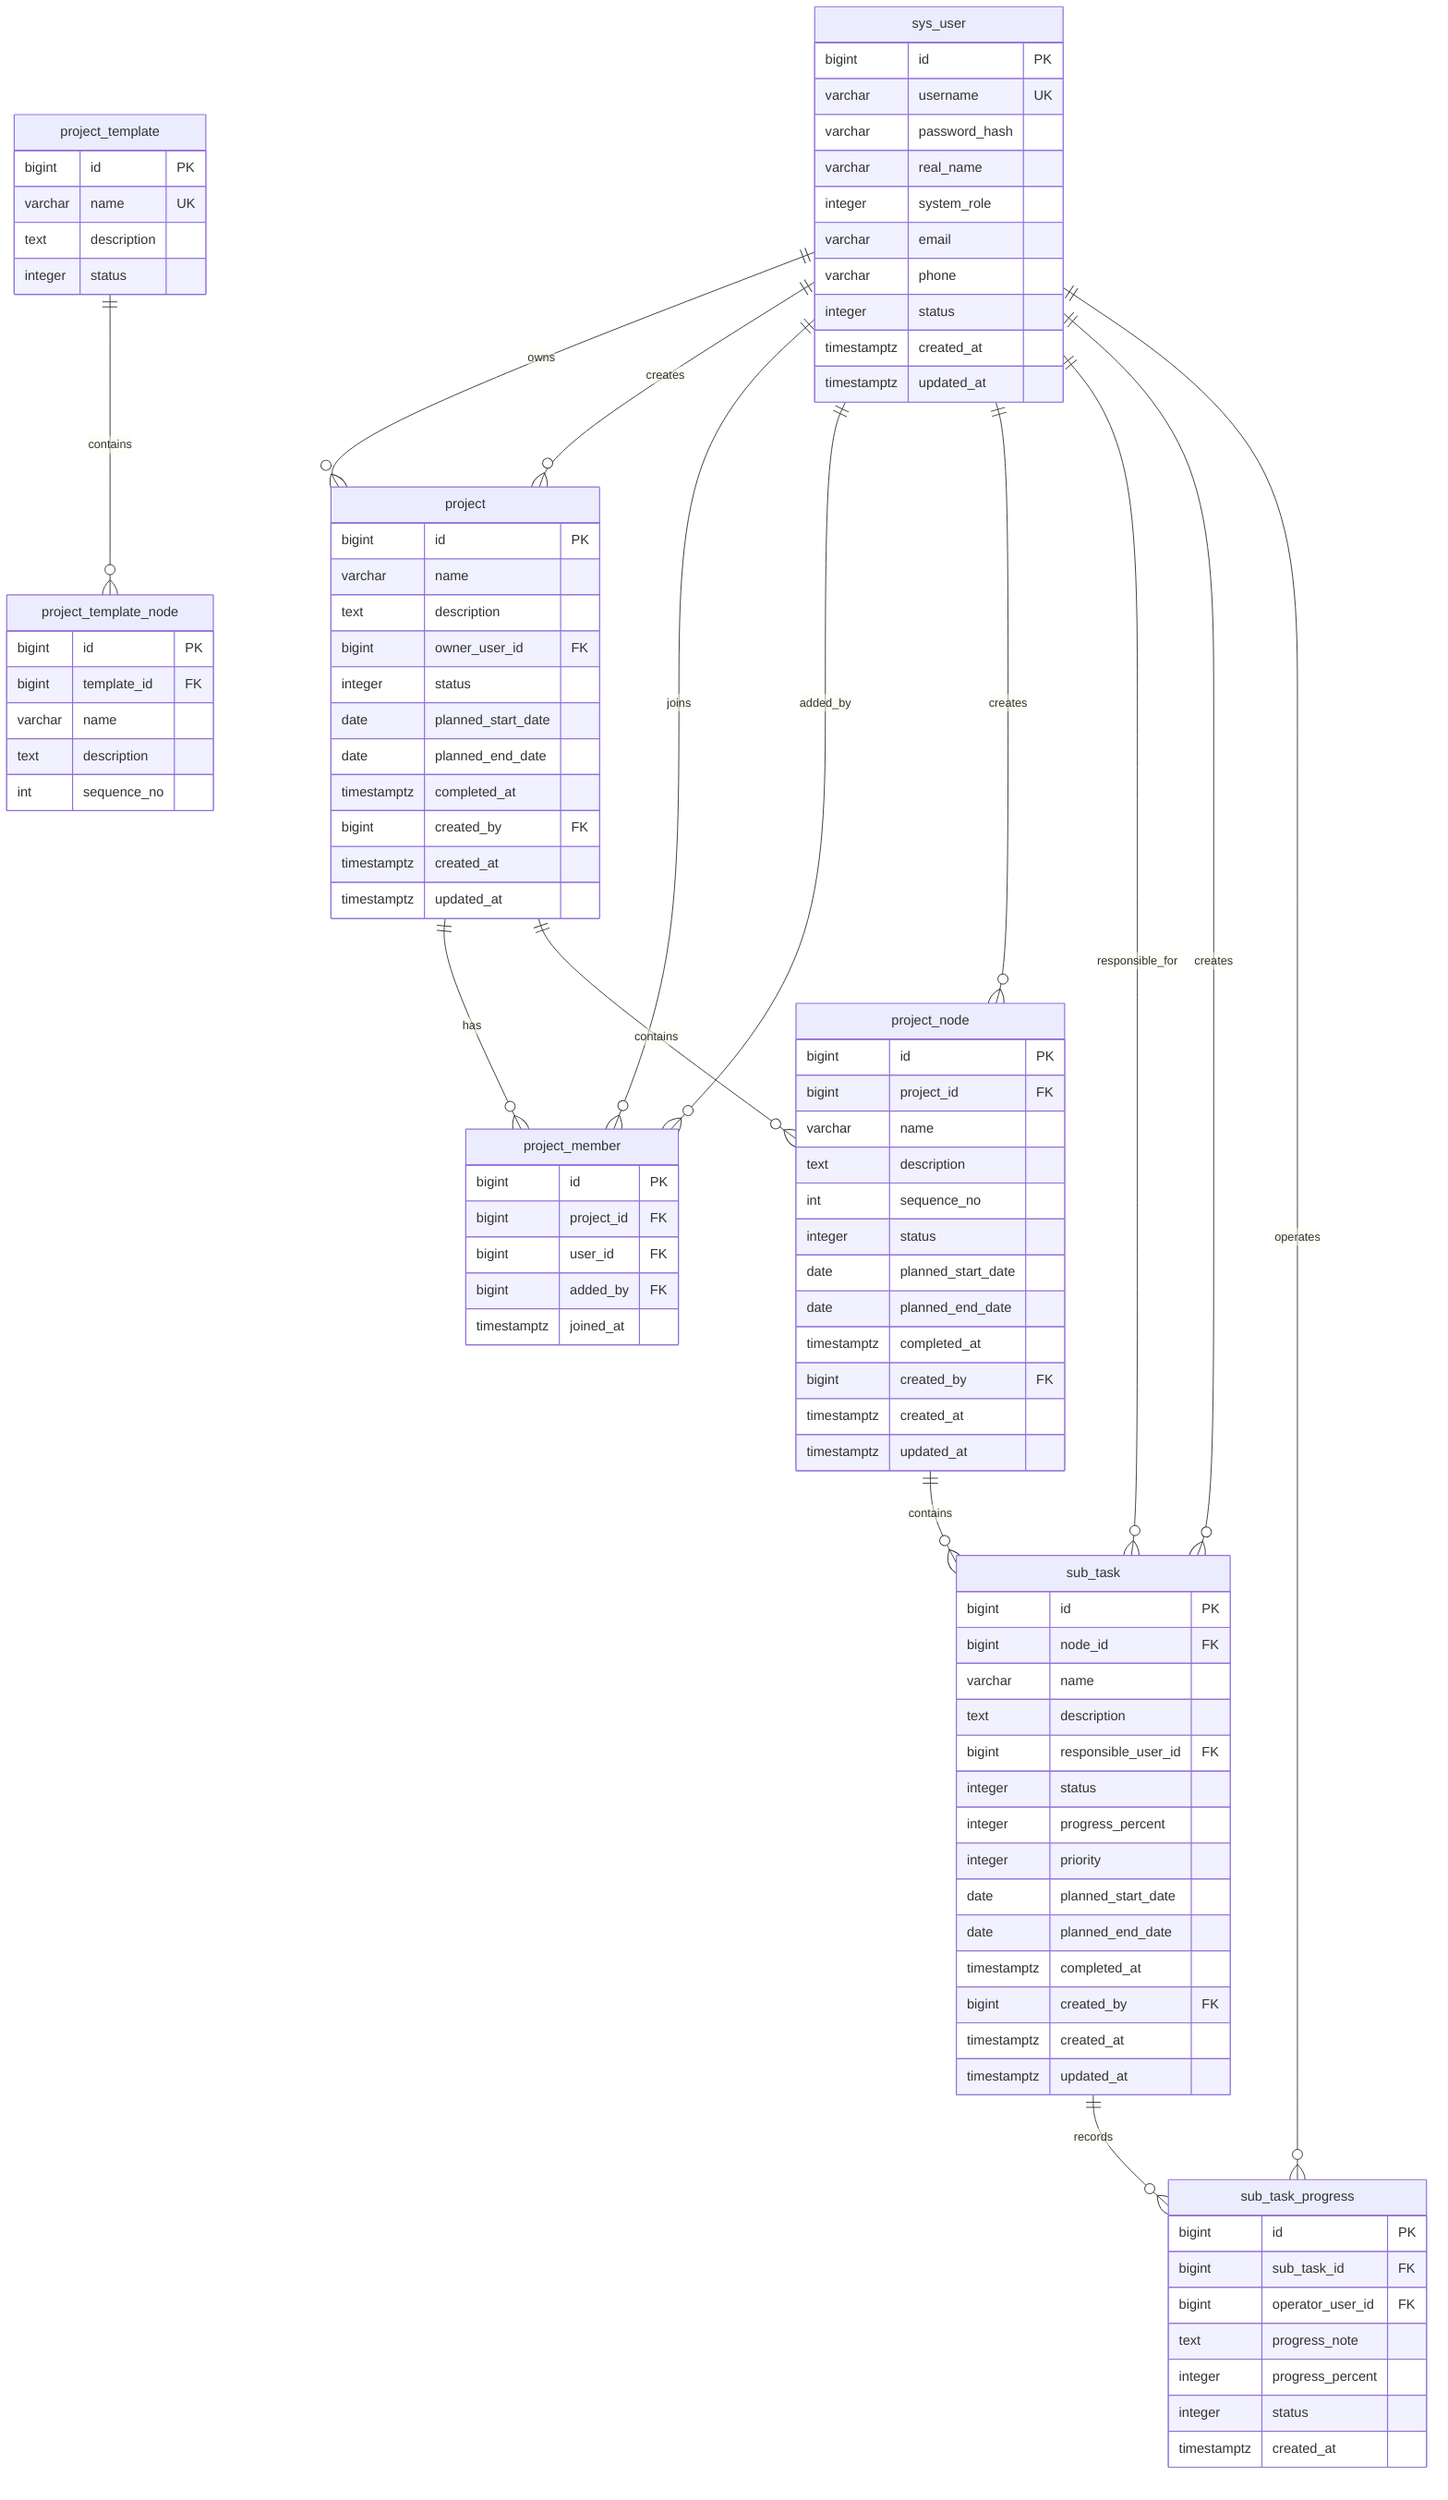
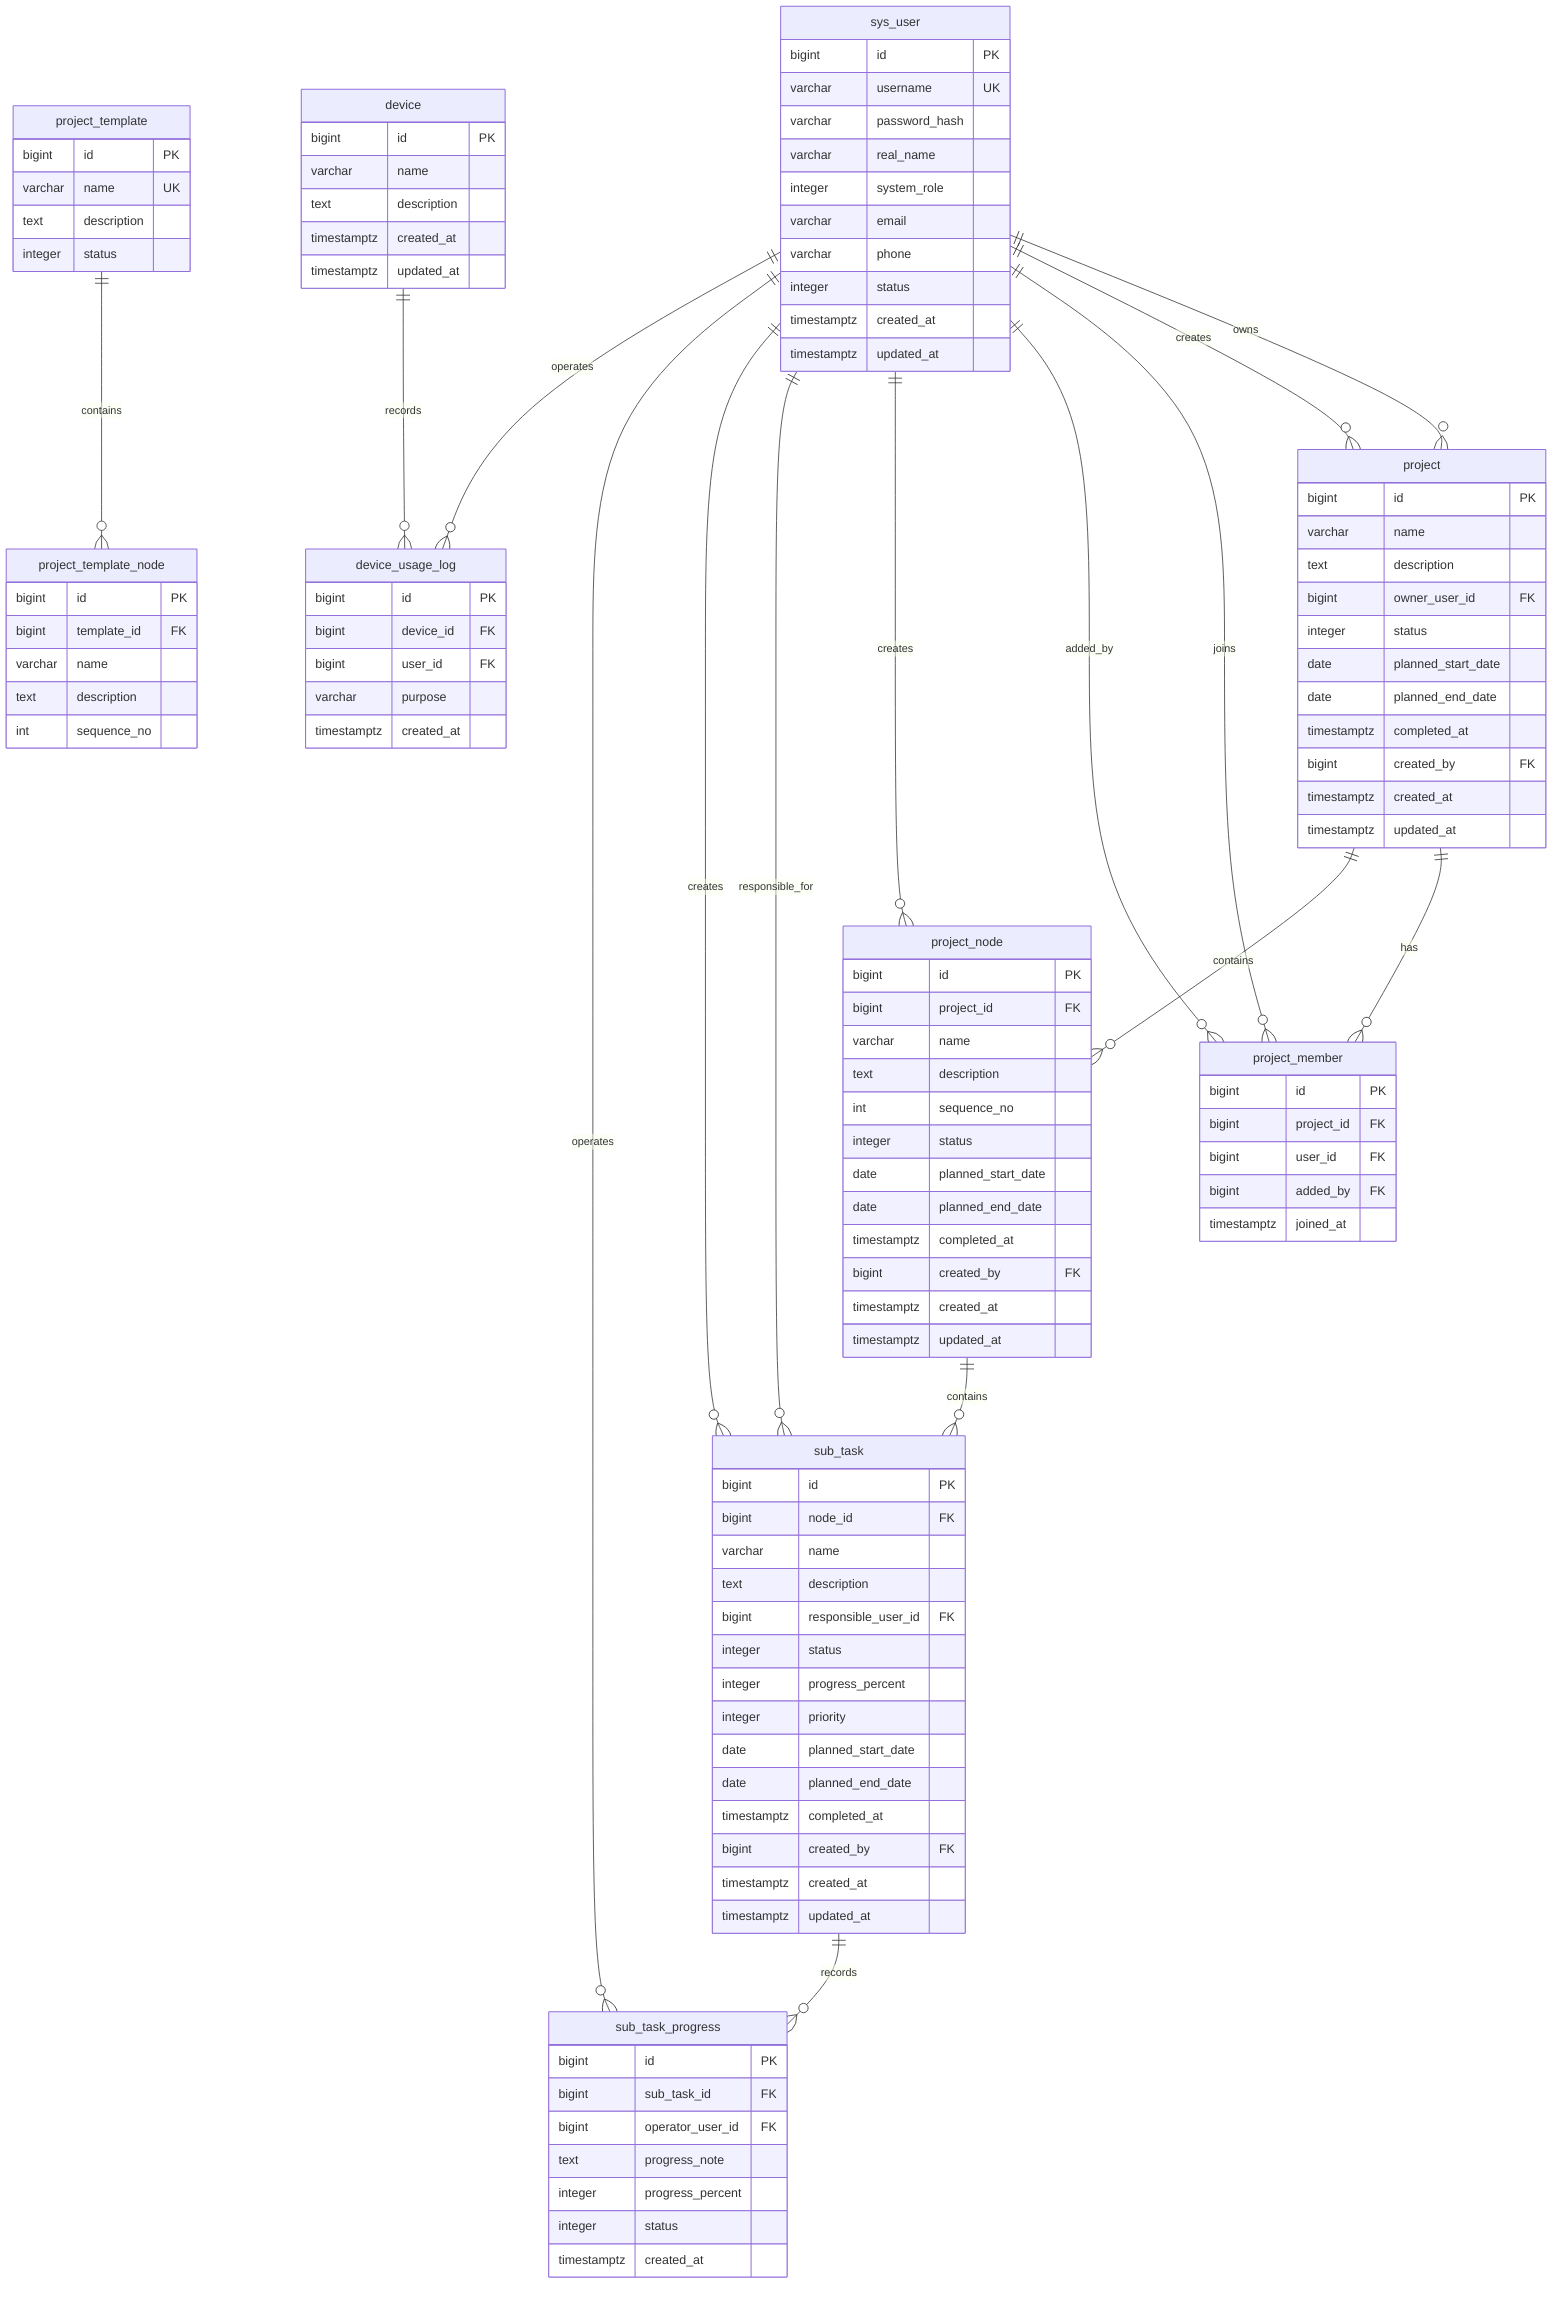
%% 从 db/migrations/001_init_schema.sql 提取的 Mermaid ER 图源码
%% 用法：将本文件内容粘贴到 Mermaid Live Editor，或在支持 Mermaid 的 Markdown 中引用
%% 说明：
%% 1. 重点表达实体、主键、主要字段和外键关系
%% 2. 复合唯一约束（如 project_id + user_id）不在字段标签中单独表达，仍以 SQL 为准

erDiagram
    sys_user {
        bigint id PK
        varchar username UK
        varchar password_hash
        varchar real_name
        integer system_role
        varchar email
        varchar phone
        integer status
        timestamptz created_at
        timestamptz updated_at
    }

    project {
        bigint id PK
        varchar name
        text description
        bigint owner_user_id FK
        integer status
        date planned_start_date
        date planned_end_date
        timestamptz completed_at
        bigint created_by FK
        timestamptz created_at
        timestamptz updated_at
    }

    project_member {
        bigint id PK
        bigint project_id FK
        bigint user_id FK
        bigint added_by FK
        timestamptz joined_at
    }

    project_node {
        bigint id PK
        bigint project_id FK
        varchar name
        text description
        int sequence_no
        integer status
        date planned_start_date
        date planned_end_date
        timestamptz completed_at
        bigint created_by FK
        timestamptz created_at
        timestamptz updated_at
    }

    sub_task {
        bigint id PK
        bigint node_id FK
        varchar name
        text description
        bigint responsible_user_id FK
        integer status
        integer progress_percent
        integer priority
        date planned_start_date
        date planned_end_date
        timestamptz completed_at
        bigint created_by FK
        timestamptz created_at
        timestamptz updated_at
    }

    sub_task_progress {
        bigint id PK
        bigint sub_task_id FK
        bigint operator_user_id FK
        text progress_note
        integer progress_percent
        integer status
        timestamptz created_at
    }

    project_template {
        bigint id PK
        varchar name UK
        text description
        integer status
    }

    project_template_node {
        bigint id PK
        bigint template_id FK
        varchar name
        text description
        int sequence_no
    }

+     device {
+         bigint id PK
+         varchar name
+         text description
+         timestamptz created_at
+         timestamptz updated_at
+     }
+ 
+     device_usage_log {
+         bigint id PK
+         bigint device_id FK
+         bigint user_id FK
+         varchar purpose
+         timestamptz created_at
+     }
+ 
    sys_user ||--o{ project : owns
    sys_user ||--o{ project : creates
    project ||--o{ project_member : has
    sys_user ||--o{ project_member : joins
    sys_user ||--o{ project_member : added_by

    project ||--o{ project_node : contains
    sys_user ||--o{ project_node : creates

    project_node ||--o{ sub_task : contains
    sys_user ||--o{ sub_task : responsible_for
    sys_user ||--o{ sub_task : creates

    sub_task ||--o{ sub_task_progress : records
    sys_user ||--o{ sub_task_progress : operates

    project_template ||--o{ project_template_node : contains
+ 
+     device ||--o{ device_usage_log : records
+     sys_user ||--o{ device_usage_log : operates
